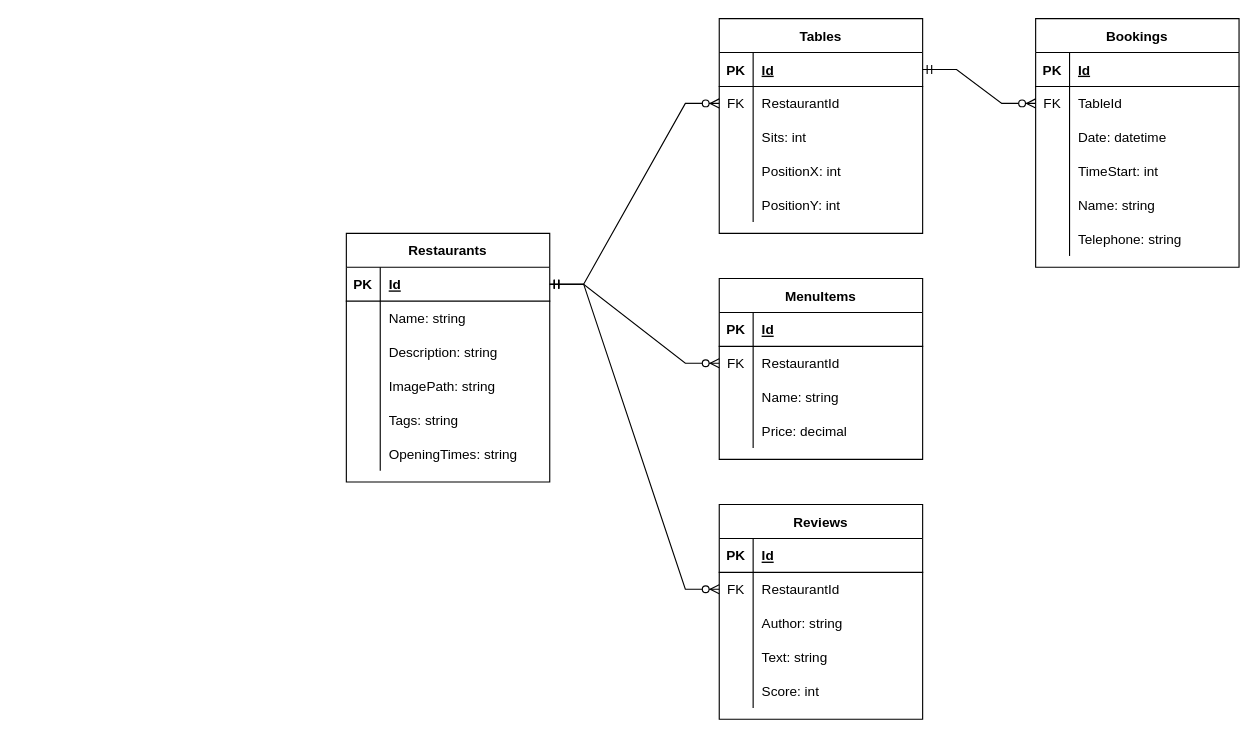
Earlier version of the draw.io diagram DatabaseDesign.drawio (koloczz/sit-eat). Source tidied: cells renumbered, new cells numbered last; positions are measured from the earlier drawing's top-left corner, leaving out a move shared by most shapes. Both pictures are drawn from the tidied source at 113%, with x=0, y=0 at pixel (346, 18).
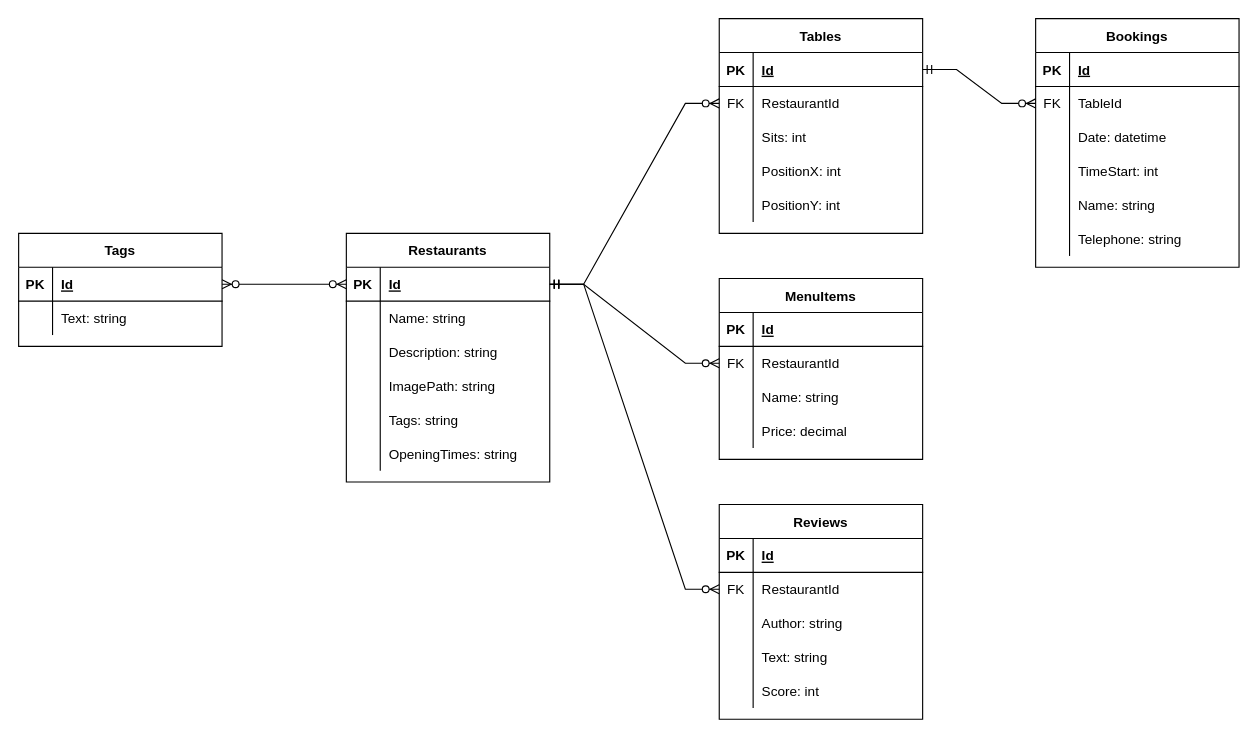
The same page after the edit.

Commit message (it also covers changes not shown here):
Update database design with tags

The change refers to these unchanged cells:
```xml
<mxCell id="3" style="shape=partialRectangle;fillColor=none;top=0;left=0;bottom=1;right=0;points=[[0,0.5],[1,0.5]];portConstraint=eastwest;" parent="2" vertex="1">
  <mxGeometry y="30" width="180" height="30" as="geometry" />
</mxCell>
```

Change to the diagram source:
```diff
@@
+    <mxCell id="89" value="Tags" style="shape=table;startSize=30;childLayout=tableLayout;rowLines=0;fontStyle=1;align=center;fillColor=default;strokeColor=default;fontColor=default;" parent="1" vertex="1">
+      <mxGeometry x="-290" y="190" width="180" height="100" as="geometry" />
+    </mxCell>
+    <mxCell id="90" style="shape=partialRectangle;fillColor=none;top=0;left=0;bottom=1;right=0;points=[[0,0.5],[1,0.5]];portConstraint=eastwest;" parent="89" vertex="1">
+      <mxGeometry y="30" width="180" height="30" as="geometry" />
+    </mxCell>
+    <mxCell id="91" value="PK" style="shape=partialRectangle;fillColor=none;top=0;left=0;bottom=0;right=0;fontStyle=1;overflow=hidden;" parent="90" vertex="1">
+      <mxGeometry width="30" height="30" as="geometry" />
+    </mxCell>
+    <mxCell id="92" value="Id" style="shape=partialRectangle;fillColor=none;top=0;left=0;bottom=0;right=0;align=left;spacingLeft=6;fontStyle=5;overflow=hidden;" parent="90" vertex="1">
+      <mxGeometry x="30" width="150" height="30" as="geometry" />
+    </mxCell>
+    <mxCell id="93" style="shape=partialRectangle;fillColor=none;top=0;left=0;bottom=0;right=0;" parent="89" vertex="1">
+      <mxGeometry y="60" width="180" height="30" as="geometry" />
+    </mxCell>
+    <mxCell id="94" style="shape=partialRectangle;fillColor=none;top=0;left=0;bottom=0;right=0;overflow=hidden;" parent="93" vertex="1">
+      <mxGeometry width="30" height="30" as="geometry" />
+    </mxCell>
+    <mxCell id="95" value="Text: string" style="shape=partialRectangle;fillColor=none;top=0;left=0;bottom=0;right=0;align=left;spacingLeft=6;overflow=hidden;fontColor=default;strokeColor=default;" parent="93" vertex="1">
+      <mxGeometry x="30" width="150" height="30" as="geometry" />
+    </mxCell>
+    <mxCell id="96" style="edgeStyle=entityRelationEdgeStyle;fontSize=12;html=1;endArrow=ERzeroToMany;endFill=1;startArrow=ERzeroToMany;rounded=0;exitX=0;exitY=0.5;exitDx=0;exitDy=0;entryX=1;entryY=0.5;entryDx=0;entryDy=0;" parent="1" edge="1" source="3" target="90">
+      <mxGeometry relative="1" as="geometry" />
+    </mxCell>
```
